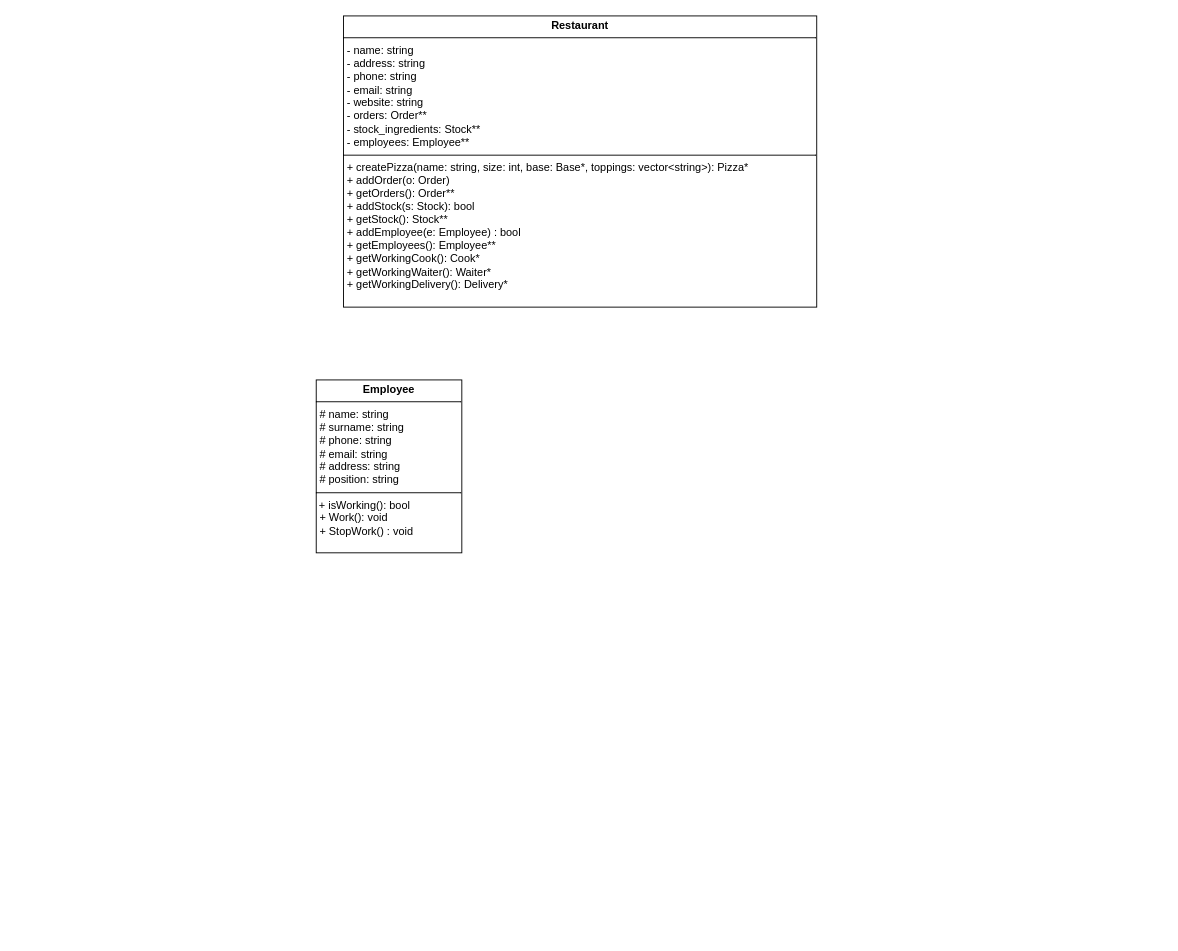
This is OOP.drawio from LPbigFish/OOP-Project-Pizzeria, a draw.io file, before an edit. Source tidied: cells renumbered, new cells numbered last; positions are measured from the earlier drawing's top-left corner, leaving out a move shared by most shapes. Both pictures are drawn from the tidied source at 91%, with x=0, y=0 at pixel (316, 15).
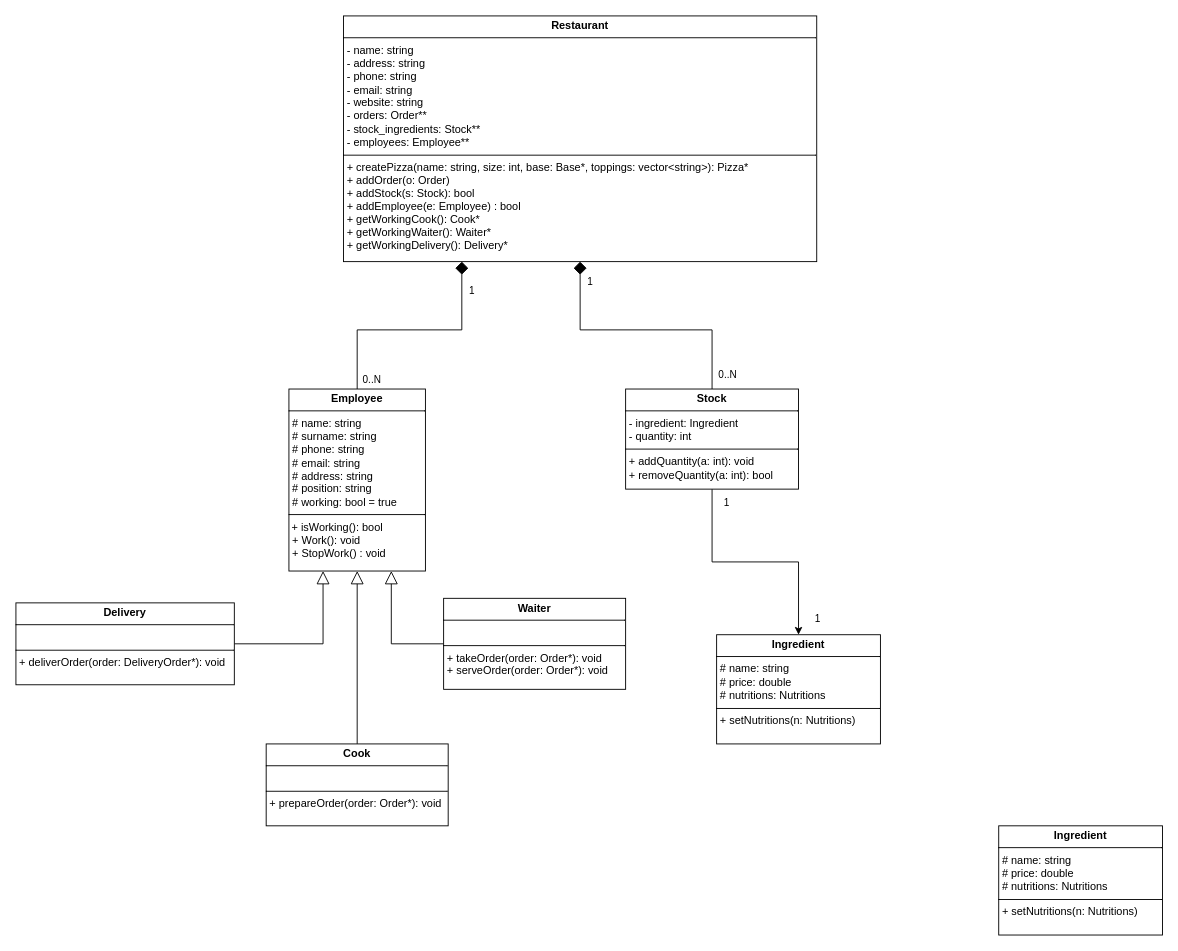
The same page after the edit.

What changed in the source:
```diff
@@
-    <mxCell id="2" value="&lt;p style=&quot;margin:0px;margin-top:4px;text-align:center;&quot;&gt;&lt;b&gt;Restaurant&lt;/b&gt;&lt;/p&gt;&lt;hr size=&quot;1&quot; style=&quot;border-style:solid;&quot;&gt;&lt;p style=&quot;margin:0px;margin-left:4px;&quot;&gt;- name: string&lt;/p&gt;&lt;p style=&quot;margin:0px;margin-left:4px;&quot;&gt;- address: string&lt;/p&gt;&lt;p style=&quot;margin:0px;margin-left:4px;&quot;&gt;- phone: string&lt;/p&gt;&lt;p style=&quot;margin:0px;margin-left:4px;&quot;&gt;- email: string&lt;/p&gt;&lt;p style=&quot;margin:0px;margin-left:4px;&quot;&gt;- website: string&lt;/p&gt;&lt;p style=&quot;margin:0px;margin-left:4px;&quot;&gt;- orders: Order**&lt;/p&gt;&lt;p style=&quot;margin:0px;margin-left:4px;&quot;&gt;- stock_ingredients: Stock**&lt;/p&gt;&lt;p style=&quot;margin:0px;margin-left:4px;&quot;&gt;- employees: Employee**&lt;/p&gt;&lt;hr size=&quot;1&quot; style=&quot;border-style:solid;&quot;&gt;&lt;p style=&quot;margin:0px;margin-left:4px;&quot;&gt;+ createPizza(name: string, size: int, base: Base*, toppings: vector&amp;lt;string&amp;gt;): Pizza*&lt;/p&gt;&lt;p style=&quot;margin:0px;margin-left:4px;&quot;&gt;+ addOrder(o: Order)&lt;/p&gt;&lt;p style=&quot;margin:0px;margin-left:4px;&quot;&gt;+ getOrders(): Order**&lt;/p&gt;&lt;p style=&quot;margin:0px;margin-left:4px;&quot;&gt;+ addStock(s: Stock): bool&lt;/p&gt;&lt;p style=&quot;margin:0px;margin-left:4px;&quot;&gt;+ getStock(): Stock**&lt;/p&gt;&lt;p style=&quot;margin:0px;margin-left:4px;&quot;&gt;+ addEmployee(e: Employee) : bool&lt;/p&gt;&lt;p style=&quot;margin:0px;margin-left:4px;&quot;&gt;+ getEmployees(): Employee**&lt;/p&gt;&lt;p style=&quot;margin:0px;margin-left:4px;&quot;&gt;+ getWorkingCook(): Cook*&lt;/p&gt;&lt;p style=&quot;margin:0px;margin-left:4px;&quot;&gt;+ getWorkingWaiter(): Waiter*&lt;/p&gt;&lt;p style=&quot;margin:0px;margin-left:4px;&quot;&gt;+ getWorkingDelivery(): Delivery*&lt;/p&gt;" style="verticalAlign=top;align=left;overflow=fill;html=1;whiteSpace=wrap;" parent="1" vertex="1">
-      <mxGeometry x="30" width="520" height="320" as="geometry" />
+    <mxCell id="2" value="&lt;p style=&quot;margin:0px;margin-top:4px;text-align:center;&quot;&gt;&lt;b&gt;Restaurant&lt;/b&gt;&lt;/p&gt;&lt;hr size=&quot;1&quot; style=&quot;border-style:solid;&quot;&gt;&lt;p style=&quot;margin:0px;margin-left:4px;&quot;&gt;- name: string&lt;/p&gt;&lt;p style=&quot;margin:0px;margin-left:4px;&quot;&gt;- address: string&lt;/p&gt;&lt;p style=&quot;margin:0px;margin-left:4px;&quot;&gt;- phone: string&lt;/p&gt;&lt;p style=&quot;margin:0px;margin-left:4px;&quot;&gt;- email: string&lt;/p&gt;&lt;p style=&quot;margin:0px;margin-left:4px;&quot;&gt;- website: string&lt;/p&gt;&lt;p style=&quot;margin:0px;margin-left:4px;&quot;&gt;- orders: Order**&lt;/p&gt;&lt;p style=&quot;margin:0px;margin-left:4px;&quot;&gt;- stock_ingredients: Stock**&lt;/p&gt;&lt;p style=&quot;margin:0px;margin-left:4px;&quot;&gt;- employees: Employee**&lt;/p&gt;&lt;hr size=&quot;1&quot; style=&quot;border-style:solid;&quot;&gt;&lt;p style=&quot;margin:0px;margin-left:4px;&quot;&gt;+ createPizza(name: string, size: int, base: Base*, toppings: vector&amp;lt;string&amp;gt;): Pizza*&lt;/p&gt;&lt;p style=&quot;margin:0px;margin-left:4px;&quot;&gt;+ addOrder(o: Order)&lt;/p&gt;&lt;p style=&quot;margin:0px;margin-left:4px;&quot;&gt;+ addStock(s: Stock): bool&lt;/p&gt;&lt;p style=&quot;margin:0px;margin-left:4px;&quot;&gt;+ addEmployee(e: Employee) : bool&lt;/p&gt;&lt;p style=&quot;margin:0px;margin-left:4px;&quot;&gt;+ getWorkingCook(): Cook*&lt;/p&gt;&lt;p style=&quot;margin:0px;margin-left:4px;&quot;&gt;+ getWorkingWaiter(): Waiter*&lt;/p&gt;&lt;p style=&quot;margin:0px;margin-left:4px;&quot;&gt;+ getWorkingDelivery(): Delivery*&lt;/p&gt;" style="verticalAlign=top;align=left;overflow=fill;html=1;whiteSpace=wrap;" parent="1" vertex="1">
+      <mxGeometry x="30" width="520" height="270" as="geometry" />
     </mxCell>
+    <mxCell id="4" style="edgeStyle=orthogonalEdgeStyle;rounded=0;jettySize=auto;html=1;entryX=0.25;entryY=1;entryDx=0;entryDy=0;endArrow=diamond;endFill=1;endSize=12;" parent="1" edge="1" source="3" target="2">
+      <mxGeometry relative="1" as="geometry">
+        <Array as="points">
+          <mxPoint x="45" y="345" />
+          <mxPoint x="160" y="345" />
+        </Array>
+      </mxGeometry>
+    </mxCell>
+    <mxCell id="5" value="1" style="edgeLabel;html=1;align=center;verticalAlign=middle;" parent="4" vertex="1">
+      <mxGeometry x="0.76" y="4" relative="1" as="geometry">
+        <mxPoint x="14" as="offset" />
+      </mxGeometry>
+    </mxCell>
+    <mxCell id="6" value="0..N" style="edgeLabel;html=1;align=center;verticalAlign=middle;" parent="4" vertex="1">
+      <mxGeometry x="-0.91" relative="1" as="geometry">
+        <mxPoint x="15" as="offset" />
+      </mxGeometry>
+    </mxCell>
-    <mxCell id="3" value="&lt;p style=&quot;margin:0px;margin-top:4px;text-align:center;&quot;&gt;&lt;b&gt;Employee&lt;/b&gt;&lt;/p&gt;&lt;hr size=&quot;1&quot; style=&quot;border-style:solid;&quot;&gt;&lt;p style=&quot;margin:0px;margin-left:4px;&quot;&gt;# name: string&lt;/p&gt;&lt;p style=&quot;margin:0px;margin-left:4px;&quot;&gt;# surname: string&lt;/p&gt;&lt;p style=&quot;margin:0px;margin-left:4px;&quot;&gt;# phone: string&lt;/p&gt;&lt;p style=&quot;margin:0px;margin-left:4px;&quot;&gt;# email: string&lt;/p&gt;&lt;p style=&quot;margin:0px;margin-left:4px;&quot;&gt;# address: string&lt;/p&gt;&lt;p style=&quot;margin:0px;margin-left:4px;&quot;&gt;# position: string&lt;span style=&quot;background-color: transparent; color: light-dark(rgb(0, 0, 0), rgb(255, 255, 255));&quot;&gt;&amp;nbsp;&lt;/span&gt;&lt;/p&gt;&lt;hr size=&quot;1&quot; style=&quot;border-style:solid;&quot;&gt;&amp;nbsp;+ isWorking(): bool&lt;br&gt;&lt;p style=&quot;margin:0px;margin-left:4px;&quot;&gt;+ Work(): void&lt;/p&gt;&lt;p style=&quot;margin:0px;margin-left:4px;&quot;&gt;+ StopWork() : void&lt;/p&gt;" style="verticalAlign=top;align=left;overflow=fill;html=1;whiteSpace=wrap;" parent="1" vertex="1">
-      <mxGeometry y="400" width="160" height="190" as="geometry" />
+    <mxCell id="3" value="&lt;p style=&quot;margin:0px;margin-top:4px;text-align:center;&quot;&gt;&lt;b&gt;Employee&lt;/b&gt;&lt;/p&gt;&lt;hr size=&quot;1&quot; style=&quot;border-style:solid;&quot;&gt;&lt;p style=&quot;margin:0px;margin-left:4px;&quot;&gt;# name: string&lt;/p&gt;&lt;p style=&quot;margin:0px;margin-left:4px;&quot;&gt;# surname: string&lt;/p&gt;&lt;p style=&quot;margin:0px;margin-left:4px;&quot;&gt;# phone: string&lt;/p&gt;&lt;p style=&quot;margin:0px;margin-left:4px;&quot;&gt;# email: string&lt;/p&gt;&lt;p style=&quot;margin:0px;margin-left:4px;&quot;&gt;# address: string&lt;/p&gt;&lt;p style=&quot;margin:0px;margin-left:4px;&quot;&gt;# position: string&lt;/p&gt;&lt;p style=&quot;margin:0px;margin-left:4px;&quot;&gt;# working: bool = true&lt;/p&gt;&lt;hr size=&quot;1&quot; style=&quot;border-style:solid;&quot;&gt;&amp;nbsp;+ isWorking(): bool&lt;br&gt;&lt;p style=&quot;margin:0px;margin-left:4px;&quot;&gt;+ Work(): void&lt;/p&gt;&lt;p style=&quot;margin:0px;margin-left:4px;&quot;&gt;+ StopWork() : void&lt;/p&gt;" style="verticalAlign=top;align=left;overflow=fill;html=1;whiteSpace=wrap;" parent="1" vertex="1">
+      <mxGeometry x="-30" y="410" width="150" height="200" as="geometry" />
     </mxCell>
+    <mxCell id="7" style="edgeStyle=orthogonalEdgeStyle;rounded=0;jettySize=auto;html=1;endArrow=block;endFill=0;endSize=12;entryX=0.25;entryY=1;entryDx=0;entryDy=0;" parent="1" edge="1" source="8" target="3">
+      <mxGeometry relative="1" as="geometry" />
+    </mxCell>
+    <mxCell id="8" value="&lt;p style=&quot;margin:0px;margin-top:4px;text-align:center;&quot;&gt;&lt;b&gt;Delivery&lt;/b&gt;&lt;/p&gt;&lt;hr size=&quot;1&quot; style=&quot;border-style:solid;&quot;&gt;&lt;p style=&quot;margin:0px;margin-left:4px;&quot;&gt;&lt;br&gt;&lt;/p&gt;&lt;hr size=&quot;1&quot; style=&quot;border-style:solid;&quot;&gt;&lt;p style=&quot;margin:0px;margin-left:4px;&quot;&gt;+ deliverOrder(order: DeliveryOrder*): void&lt;/p&gt;" style="verticalAlign=top;align=left;overflow=fill;html=1;whiteSpace=wrap;" parent="1" vertex="1">
+      <mxGeometry x="-330" y="645" width="240" height="90" as="geometry" />
+    </mxCell>
+    <mxCell id="9" style="edgeStyle=orthogonalEdgeStyle;rounded=0;jettySize=auto;html=1;entryX=0.5;entryY=1;entryDx=0;entryDy=0;endArrow=block;endFill=0;endSize=12;" parent="1" edge="1" source="10" target="3">
+      <mxGeometry relative="1" as="geometry" />
+    </mxCell>
+    <mxCell id="10" value="&lt;p style=&quot;margin:0px;margin-top:4px;text-align:center;&quot;&gt;&lt;b&gt;Cook&lt;/b&gt;&lt;/p&gt;&lt;hr size=&quot;1&quot; style=&quot;border-style:solid;&quot;&gt;&lt;p style=&quot;margin:0px;margin-left:4px;&quot;&gt;&lt;br&gt;&lt;/p&gt;&lt;hr size=&quot;1&quot; style=&quot;border-style:solid;&quot;&gt;&lt;p style=&quot;margin:0px;margin-left:4px;&quot;&gt;+ prepareOrder(order: Order*): void&lt;/p&gt;" style="verticalAlign=top;align=left;overflow=fill;html=1;whiteSpace=wrap;" parent="1" vertex="1">
+      <mxGeometry x="-55" y="800" width="200" height="90" as="geometry" />
+    </mxCell>
+    <mxCell id="11" style="edgeStyle=orthogonalEdgeStyle;rounded=0;jettySize=auto;html=1;entryX=0.75;entryY=1;entryDx=0;entryDy=0;endArrow=block;endFill=0;endSize=12;" parent="1" edge="1" source="12" target="3">
+      <mxGeometry relative="1" as="geometry" />
+    </mxCell>
+    <mxCell id="12" value="&lt;p style=&quot;margin:0px;margin-top:4px;text-align:center;&quot;&gt;&lt;b&gt;Waiter&lt;/b&gt;&lt;/p&gt;&lt;hr size=&quot;1&quot; style=&quot;border-style:solid;&quot;&gt;&lt;p style=&quot;margin:0px;margin-left:4px;&quot;&gt;&lt;br&gt;&lt;/p&gt;&lt;hr size=&quot;1&quot; style=&quot;border-style:solid;&quot;&gt;&lt;p style=&quot;margin:0px;margin-left:4px;&quot;&gt;+ takeOrder(order: Order*): void&lt;/p&gt;&lt;p style=&quot;margin:0px;margin-left:4px;&quot;&gt;+ serveOrder(order: Order*): void&lt;br&gt;&lt;/p&gt;" style="verticalAlign=top;align=left;overflow=fill;html=1;whiteSpace=wrap;" parent="1" vertex="1">
+      <mxGeometry x="140" y="640" width="200" height="100" as="geometry" />
+    </mxCell>
+    <mxCell id="13" style="edgeStyle=orthogonalEdgeStyle;rounded=0;jettySize=auto;html=1;entryX=0.5;entryY=1;entryDx=0;entryDy=0;endSize=12;endArrow=diamond;endFill=1;" parent="1" edge="1" source="19" target="2">
+      <mxGeometry relative="1" as="geometry" />
+    </mxCell>
+    <mxCell id="14" value="1" style="edgeLabel;html=1;align=center;verticalAlign=middle;" parent="13" vertex="1">
+      <mxGeometry x="0.85" y="-1" relative="1" as="geometry">
+        <mxPoint x="9" as="offset" />
+      </mxGeometry>
+    </mxCell>
+    <mxCell id="15" value="0..N" style="edgeLabel;html=1;align=center;verticalAlign=middle;" parent="13" vertex="1">
+      <mxGeometry x="-0.88" relative="1" as="geometry">
+        <mxPoint x="16" as="offset" />
+      </mxGeometry>
+    </mxCell>
+    <mxCell id="16" style="edgeStyle=orthogonalEdgeStyle;rounded=0;jettySize=auto;html=1;entryX=0.5;entryY=0;entryDx=0;entryDy=0;" parent="1" edge="1" source="19" target="20">
+      <mxGeometry relative="1" as="geometry" />
+    </mxCell>
+    <mxCell id="17" value="1" style="edgeLabel;html=1;align=center;verticalAlign=middle;" parent="16" vertex="1">
+      <mxGeometry x="-0.89" y="-1" relative="1" as="geometry">
+        <mxPoint x="16" as="offset" />
+      </mxGeometry>
+    </mxCell>
+    <mxCell id="18" value="1" style="edgeLabel;html=1;align=center;verticalAlign=middle;" parent="16" vertex="1">
+      <mxGeometry x="0.86" y="-3" relative="1" as="geometry">
+        <mxPoint x="23" as="offset" />
+      </mxGeometry>
+    </mxCell>
+    <mxCell id="19" value="&lt;p style=&quot;margin:0px;margin-top:4px;text-align:center;&quot;&gt;&lt;b&gt;Stock&lt;/b&gt;&lt;/p&gt;&lt;hr size=&quot;1&quot; style=&quot;border-style:solid;&quot;&gt;&lt;p style=&quot;margin:0px;margin-left:4px;&quot;&gt;- ingredient: Ingredient&lt;/p&gt;&lt;p style=&quot;margin:0px;margin-left:4px;&quot;&gt;- quantity: int&lt;/p&gt;&lt;hr size=&quot;1&quot; style=&quot;border-style:solid;&quot;&gt;&lt;p style=&quot;margin:0px;margin-left:4px;&quot;&gt;&lt;span style=&quot;background-color: transparent; color: light-dark(rgb(0, 0, 0), rgb(255, 255, 255));&quot;&gt;+ addQuantity(a: int): void&lt;/span&gt;&lt;/p&gt;&lt;p style=&quot;margin:0px;margin-left:4px;&quot;&gt;+ removeQuantity(a: int): bool&lt;/p&gt;" style="verticalAlign=top;align=left;overflow=fill;html=1;whiteSpace=wrap;" parent="1" vertex="1">
+      <mxGeometry x="340" y="410" width="190" height="110" as="geometry" />
+    </mxCell>
+    <mxCell id="20" value="&lt;p style=&quot;margin:0px;margin-top:4px;text-align:center;&quot;&gt;&lt;b&gt;Ingredient&lt;/b&gt;&lt;/p&gt;&lt;hr size=&quot;1&quot; style=&quot;border-style:solid;&quot;&gt;&lt;p style=&quot;margin:0px;margin-left:4px;&quot;&gt;# name: string&lt;/p&gt;&lt;p style=&quot;margin:0px;margin-left:4px;&quot;&gt;# price: double&lt;/p&gt;&lt;p style=&quot;margin:0px;margin-left:4px;&quot;&gt;# nutritions: Nutritions&lt;/p&gt;&lt;hr size=&quot;1&quot; style=&quot;border-style:solid;&quot;&gt;&lt;p style=&quot;margin:0px;margin-left:4px;&quot;&gt;+ setNutritions(n: Nutritions)&lt;/p&gt;" style="verticalAlign=top;align=left;overflow=fill;html=1;whiteSpace=wrap;" parent="1" vertex="1">
+      <mxGeometry x="440" y="680" width="180" height="120" as="geometry" />
+    </mxCell>
+    <mxCell id="21" value="&lt;p style=&quot;margin:0px;margin-top:4px;text-align:center;&quot;&gt;&lt;b&gt;Ingredient&lt;/b&gt;&lt;/p&gt;&lt;hr size=&quot;1&quot; style=&quot;border-style:solid;&quot;&gt;&lt;p style=&quot;margin:0px;margin-left:4px;&quot;&gt;# name: string&lt;/p&gt;&lt;p style=&quot;margin:0px;margin-left:4px;&quot;&gt;# price: double&lt;/p&gt;&lt;p style=&quot;margin:0px;margin-left:4px;&quot;&gt;# nutritions: Nutritions&lt;/p&gt;&lt;hr size=&quot;1&quot; style=&quot;border-style:solid;&quot;&gt;&lt;p style=&quot;margin:0px;margin-left:4px;&quot;&gt;+ setNutritions(n: Nutritions)&lt;/p&gt;" style="verticalAlign=top;align=left;overflow=fill;html=1;whiteSpace=wrap;" parent="1" vertex="1">
+      <mxGeometry x="750" y="890" width="180" height="120" as="geometry" />
+    </mxCell>
```
